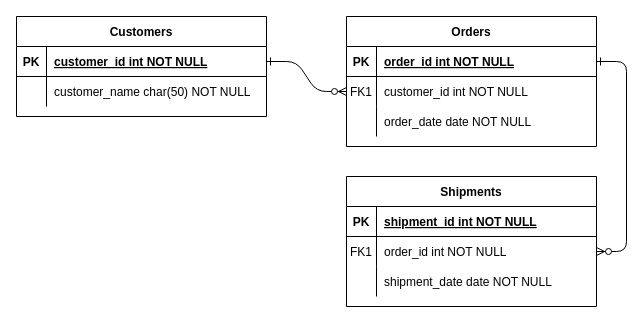
This is ER.drawio from MaTTalv001/Student_Profile, a draw.io file, before an edit. Source tidied: cells renumbered, new cells numbered last; positions are measured from the earlier drawing's top-left corner, leaving out a move shared by most shapes. Both pictures are drawn from the tidied source at 100%, with x=0, y=0 at pixel (16, 16).
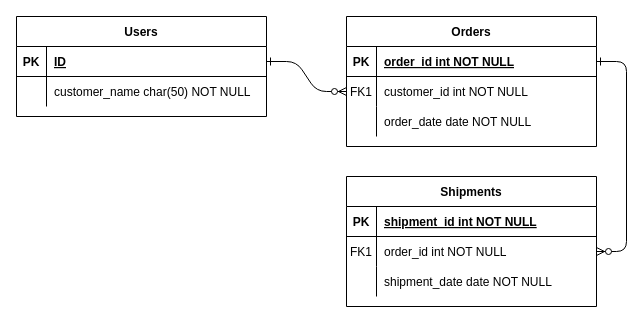
Above is the later version.

Commit message:
プロフィールアプリ

The change refers to these unchanged cells:
```xml
<mxCell id="25" style="shape=partialRectangle;fillColor=none;points=[[0,0.5],[1,0.5]];portConstraint=eastwest;top=0;left=0;right=0;bottom=1;" parent="24" vertex="1">
  <mxGeometry y="30" width="250" height="30" as="geometry" />
</mxCell>
```

The edit, as a diff of the source:
```diff
@@
-    <mxCell id="24" value="Customers" style="shape=table;startSize=30;childLayout=tableLayout;rowLines=0;fontStyle=1;align=center;" parent="1" vertex="1">
+    <mxCell id="24" value="Users" style="shape=table;startSize=30;childLayout=tableLayout;rowLines=0;fontStyle=1;align=center;" parent="1" vertex="1">
       <mxGeometry width="250" height="100" as="geometry" />
     </mxCell>
@@
-    <mxCell id="27" value="customer_id int NOT NULL " style="shape=partialRectangle;overflow=hidden;fillColor=none;top=0;left=0;bottom=0;right=0;align=left;spacingLeft=6;fontStyle=5;" parent="25" vertex="1">
+    <mxCell id="27" value="ID" style="shape=partialRectangle;overflow=hidden;fillColor=none;top=0;left=0;bottom=0;right=0;align=left;spacingLeft=6;fontStyle=5;" parent="25" vertex="1">
       <mxGeometry x="30" width="220" height="30" as="geometry" />
     </mxCell>
```
